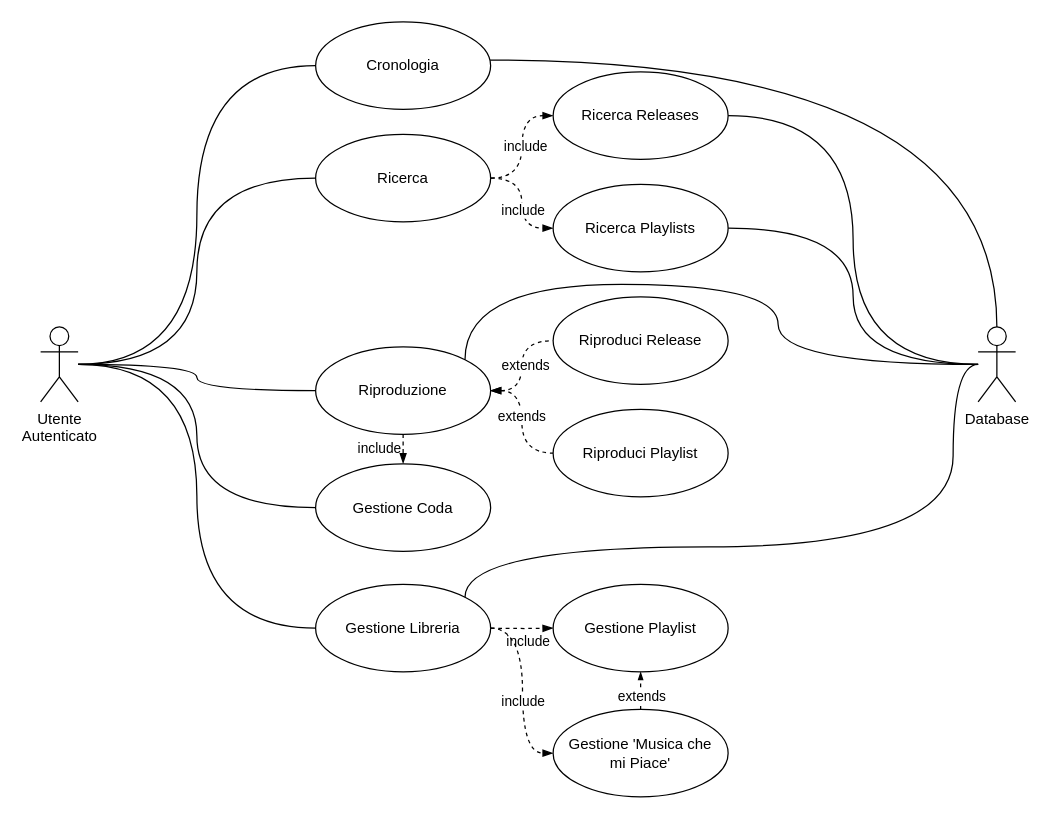
The draw.io diagram Use cases/Use cases.drawio in web-music-player/docs, before the edit. Source tidied: cells renumbered, new cells numbered last; positions are measured from the earlier drawing's top-left corner, leaving out a move shared by most shapes. Both pictures are drawn from the tidied source at 125%, with x=0, y=0 at pixel (40, 21).
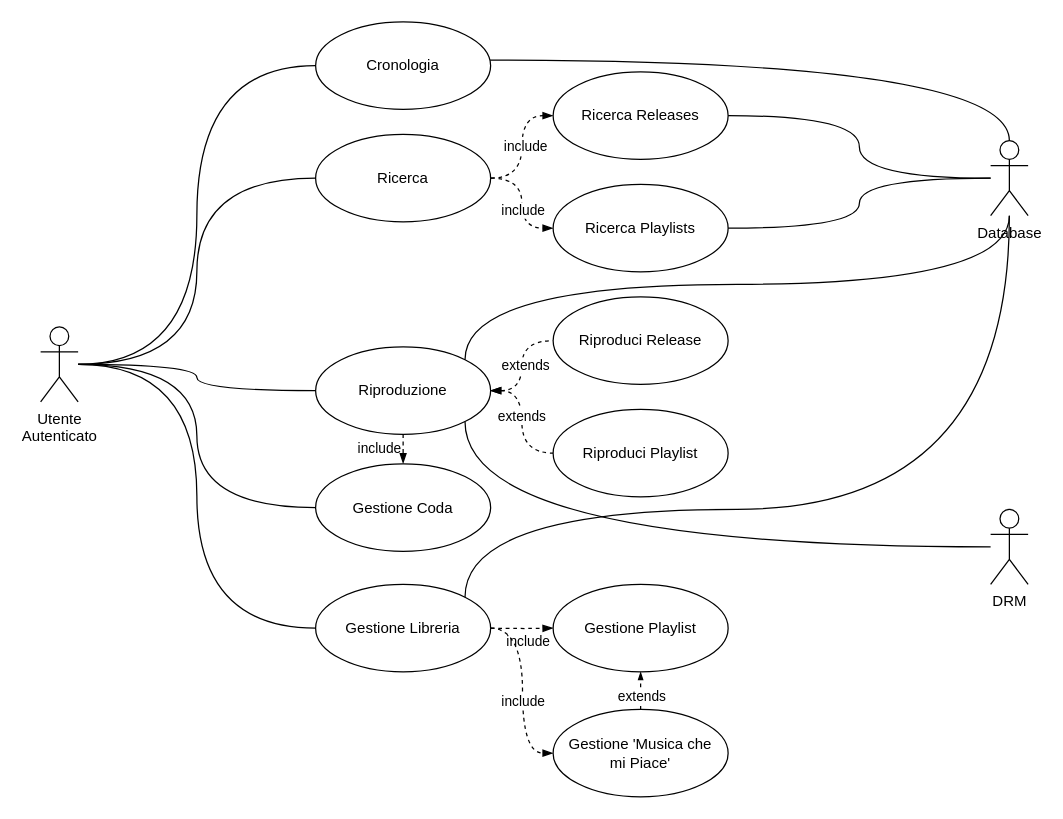
The same diagram, later.

Commit message:
Aggiunto attore DRM

Unchanged cells that the change refers to:
```xml
<mxCell id="9" value="Cronologia" style="ellipse;whiteSpace=wrap;html=1;" parent="1" vertex="1">
  <mxGeometry x="220" width="140" height="70" as="geometry" />
</mxCell>
<mxCell id="21" value="Riproduzione" style="ellipse;whiteSpace=wrap;html=1;" parent="1" vertex="1">
  <mxGeometry x="220" y="260" width="140" height="70" as="geometry" />
</mxCell>
<mxCell id="23" value="Gestione Libreria" style="ellipse;whiteSpace=wrap;html=1;" parent="1" vertex="1">
  <mxGeometry x="220" y="450" width="140" height="70" as="geometry" />
</mxCell>
```

What changed in the source:
```diff
@@
     <mxCell id="8" style="edgeStyle=orthogonalEdgeStyle;rounded=0;jettySize=auto;html=1;exitX=0.997;exitY=0.437;exitDx=0;exitDy=0;entryX=0.5;entryY=0;entryDx=0;entryDy=0;entryPerimeter=0;endArrow=none;endFill=0;curved=1;exitPerimeter=0;" parent="1" edge="1" source="9" target="40">
       <mxGeometry relative="1" as="geometry">
         <Array as="points">
-          <mxPoint x="765" y="31" />
+          <mxPoint x="775" y="31" />
         </Array>
       </mxGeometry>
     </mxCell>
@@
     <mxCell id="38" style="edgeStyle=orthogonalEdgeStyle;curved=1;rounded=0;jettySize=auto;html=1;entryX=1;entryY=0;entryDx=0;entryDy=0;endArrow=none;endFill=0;" parent="1" edge="1" source="40" target="21">
       <mxGeometry relative="1" as="geometry">
         <Array as="points">
-          <mxPoint x="590" y="274" />
-          <mxPoint x="590" y="210" />
+          <mxPoint x="775" y="210" />
           <mxPoint x="340" y="210" />
         </Array>
       </mxGeometry>
     </mxCell>
-    <mxCell id="39" style="edgeStyle=orthogonalEdgeStyle;curved=1;rounded=0;jettySize=auto;html=1;entryX=1;entryY=0;entryDx=0;entryDy=0;endArrow=none;endFill=0;" parent="1" edge="1" source="40" target="23">
+    <mxCell id="39" style="edgeStyle=orthogonalEdgeStyle;rounded=0;jettySize=auto;html=1;entryX=1;entryY=0;entryDx=0;entryDy=0;curved=1;endArrow=none;endFill=0;" parent="1" edge="1" source="40" target="23">
       <mxGeometry relative="1" as="geometry">
         <Array as="points">
-          <mxPoint x="730" y="274" />
-          <mxPoint x="730" y="420" />
-          <mxPoint x="340" y="420" />
+          <mxPoint x="775" y="390" />
+          <mxPoint x="340" y="390" />
         </Array>
       </mxGeometry>
     </mxCell>
     <mxCell id="40" value="Database" style="shape=umlActor;verticalLabelPosition=bottom;verticalAlign=top;html=1;" parent="1" vertex="1">
-      <mxGeometry x="750" y="244" width="30" height="60" as="geometry" />
+      <mxGeometry x="760" y="95" width="30" height="60" as="geometry" />
     </mxCell>
+    <mxCell id="41" style="edgeStyle=orthogonalEdgeStyle;curved=1;rounded=0;jettySize=auto;html=1;entryX=1;entryY=1;entryDx=0;entryDy=0;endArrow=none;endFill=0;" parent="1" edge="1" source="42" target="21">
+      <mxGeometry relative="1" as="geometry" />
+    </mxCell>
+    <mxCell id="42" value="DRM" style="shape=umlActor;verticalLabelPosition=bottom;verticalAlign=top;html=1;" parent="1" vertex="1">
+      <mxGeometry x="760" y="390" width="30" height="60" as="geometry" />
+    </mxCell>
```
